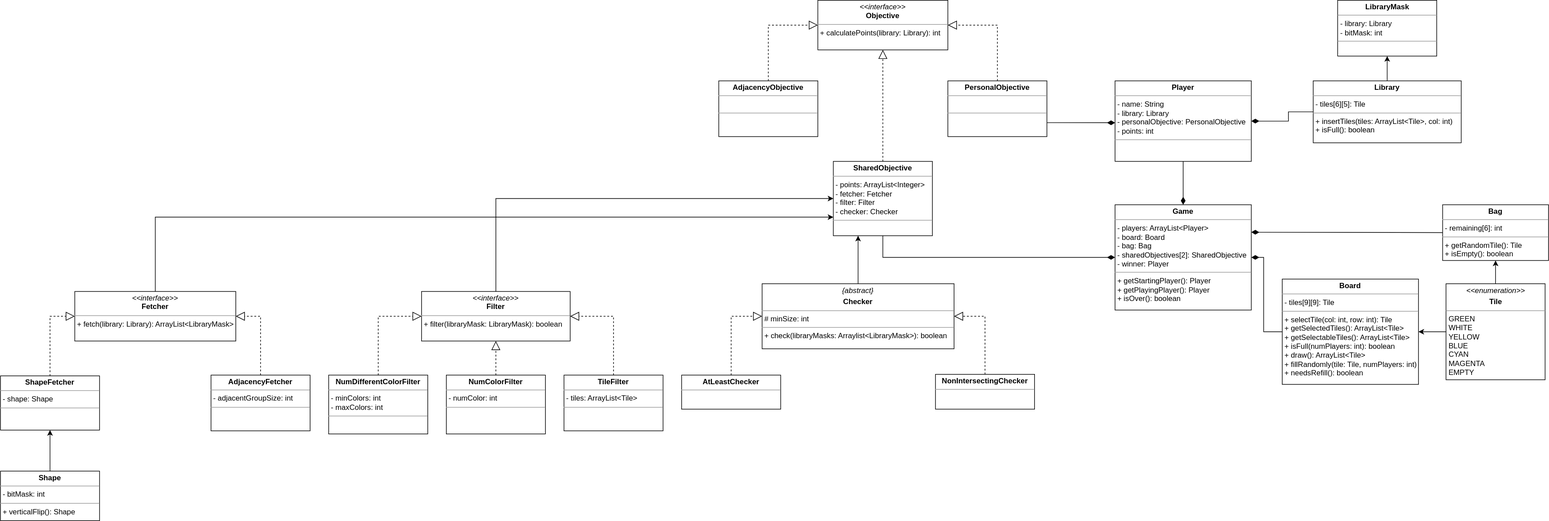
The draw.io diagram uml/model.svg in francescogemma/MyShelfie, before a commit. Source tidied: cells renumbered, new cells last; positions are measured from the earlier drawing's top-left corner, leaving out a move shared by most shapes.
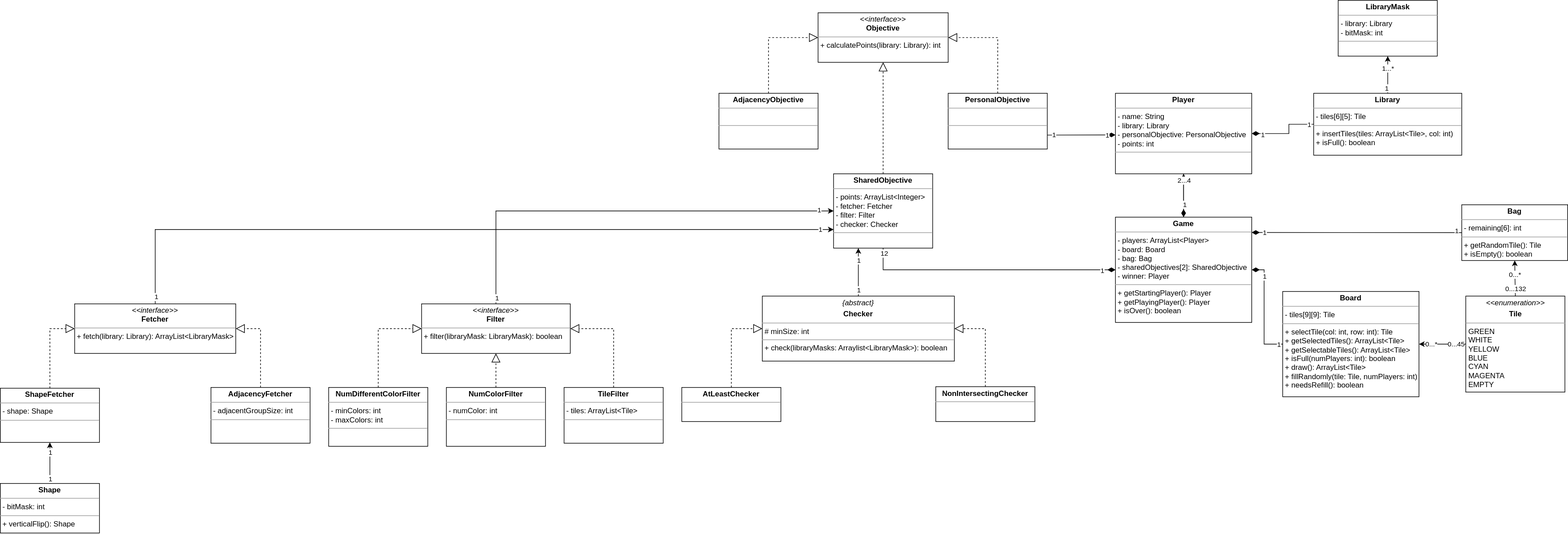
Later version of the same file.

Commit message:
Updated model UML

Updated model.svg with all UML cardinality

What changed in the source:
```diff
@@ -2,6 +2,9 @@
   <root>
     <mxCell id="0" />
     <mxCell id="1" parent="0" />
+    <mxCell id="47" style="edgeStyle=orthogonalEdgeStyle;rounded=0;jettySize=auto;html=1;" parent="1" edge="1" source="2" target="3">
+      <mxGeometry relative="1" as="geometry" />
+    </mxCell>
     <mxCell id="2" value="&lt;p style=&quot;margin:0px;margin-top:4px;text-align:center;&quot;&gt;&lt;b&gt;Game&lt;/b&gt;&lt;/p&gt;&lt;hr size=&quot;1&quot;&gt;&lt;p style=&quot;margin:0px;margin-left:4px;&quot;&gt;- players: ArrayList&amp;lt;Player&amp;gt;&lt;/p&gt;&lt;p style=&quot;margin:0px;margin-left:4px;&quot;&gt;- board: Board&lt;/p&gt;&lt;p style=&quot;margin:0px;margin-left:4px;&quot;&gt;- bag: Bag&lt;/p&gt;&lt;p style=&quot;margin:0px;margin-left:4px;&quot;&gt;- sharedObjectives[2]: SharedObjective&lt;/p&gt;&lt;p style=&quot;margin:0px;margin-left:4px;&quot;&gt;- winner: Player&lt;/p&gt;&lt;hr size=&quot;1&quot;&gt;&lt;p style=&quot;margin:0px;margin-left:4px;&quot;&gt;+ getStartingPlayer(): Player&lt;/p&gt;&lt;p style=&quot;margin:0px;margin-left:4px;&quot;&gt;+ getPlayingPlayer(): Player&lt;/p&gt;&lt;p style=&quot;margin:0px;margin-left:4px;&quot;&gt;+ isOver(): boolean&lt;/p&gt;" style="verticalAlign=top;align=left;overflow=fill;fontSize=12;fontFamily=Helvetica;html=1;" parent="1" vertex="1">
       <mxGeometry x="1800" y="330" width="220" height="170" as="geometry" />
     </mxCell>
@@ -11,21 +14,49 @@
     <mxCell id="4" style="html=1;endArrow=diamondThin;endFill=1;edgeStyle=elbowEdgeStyle;elbow=vertical;endSize=10;rounded=0;exitX=0.5;exitY=1;exitDx=0;exitDy=0;entryX=0.5;entryY=0;entryDx=0;entryDy=0;" parent="1" edge="1" source="3" target="2">
       <mxGeometry relative="1" as="geometry" />
     </mxCell>
+    <mxCell id="48" value="2...4" style="edgeLabel;html=1;align=center;verticalAlign=middle;" parent="4" vertex="1">
+      <mxGeometry x="-0.85" relative="1" as="geometry">
+        <mxPoint y="5" as="offset" />
+      </mxGeometry>
+    </mxCell>
+    <mxCell id="49" value="1" style="edgeLabel;html=1;align=center;verticalAlign=middle;" parent="4" vertex="1">
+      <mxGeometry x="0.68" y="1" relative="1" as="geometry">
+        <mxPoint y="-9" as="offset" />
+      </mxGeometry>
+    </mxCell>
     <mxCell id="5" style="edgeStyle=none;rounded=0;jettySize=auto;html=1;exitX=0;exitY=0.5;exitDx=0;exitDy=0;entryX=1;entryY=0.5;entryDx=0;entryDy=0;" parent="1" edge="1" source="6" target="7">
       <mxGeometry relative="1" as="geometry" />
     </mxCell>
+    <mxCell id="50" value="0...*" style="edgeLabel;html=1;align=center;verticalAlign=middle;" parent="5" vertex="1">
+      <mxGeometry x="0.64" y="-1" relative="1" as="geometry">
+        <mxPoint x="6" as="offset" />
+      </mxGeometry>
+    </mxCell>
+    <mxCell id="51" value="0...45" style="edgeLabel;html=1;align=center;verticalAlign=middle;" parent="5" vertex="1">
+      <mxGeometry x="-0.74" y="-1" relative="1" as="geometry">
+        <mxPoint x="-6" as="offset" />
+      </mxGeometry>
+    </mxCell>
     <mxCell id="6" value="&lt;p style=&quot;margin:0px;margin-top:4px;text-align:center;&quot;&gt;&lt;i&gt;&amp;lt;&amp;lt;enumeration&amp;gt;&amp;gt;&lt;/i&gt;&lt;/p&gt;&lt;p style=&quot;margin:0px;margin-top:4px;text-align:center;&quot;&gt;&lt;b&gt;Tile&lt;/b&gt;&lt;/p&gt;&lt;hr size=&quot;1&quot;&gt;&lt;p style=&quot;margin:0px;margin-left:4px;&quot;&gt;&lt;span style=&quot;background-color: initial;&quot;&gt;GREEN&lt;/span&gt;&lt;br&gt;&lt;/p&gt;&lt;p style=&quot;margin:0px;margin-left:4px;&quot;&gt;WHITE&lt;/p&gt;&lt;p style=&quot;margin:0px;margin-left:4px;&quot;&gt;YELLOW&lt;/p&gt;&lt;p style=&quot;margin:0px;margin-left:4px;&quot;&gt;BLUE&lt;/p&gt;&lt;p style=&quot;margin:0px;margin-left:4px;&quot;&gt;CYAN&lt;/p&gt;&lt;p style=&quot;margin:0px;margin-left:4px;&quot;&gt;MAGENTA&lt;/p&gt;&lt;p style=&quot;margin:0px;margin-left:4px;&quot;&gt;EMPTY&lt;/p&gt;" style="verticalAlign=top;align=left;overflow=fill;fontSize=12;fontFamily=Helvetica;html=1;" parent="1" vertex="1">
-      <mxGeometry x="2334.5" y="457.5" width="160" height="155" as="geometry" />
+      <mxGeometry x="2365.5" y="457.5" width="160" height="155" as="geometry" />
     </mxCell>
     <mxCell id="7" value="&lt;p style=&quot;margin:0px;margin-top:4px;text-align:center;&quot;&gt;&lt;b&gt;Board&lt;/b&gt;&lt;/p&gt;&lt;hr size=&quot;1&quot;&gt;&lt;p style=&quot;margin:0px;margin-left:4px;&quot;&gt;- tiles[9][9]: Tile&lt;/p&gt;&lt;hr size=&quot;1&quot;&gt;&lt;p style=&quot;margin:0px;margin-left:4px;&quot;&gt;+ selectTile(col: int, row: int): Tile&lt;/p&gt;&lt;p style=&quot;margin:0px;margin-left:4px;&quot;&gt;+ getSelectedTiles(): ArrayList&amp;lt;Tile&amp;gt;&lt;/p&gt;&lt;p style=&quot;margin:0px;margin-left:4px;&quot;&gt;+ getSelectableTiles(): ArrayList&amp;lt;Tile&amp;gt;&lt;/p&gt;&lt;p style=&quot;margin:0px;margin-left:4px;&quot;&gt;+ isFull(numPlayers: int): boolean&lt;/p&gt;&lt;p style=&quot;margin:0px;margin-left:4px;&quot;&gt;+ draw(): ArrayList&amp;lt;Tile&amp;gt;&lt;/p&gt;&lt;p style=&quot;margin:0px;margin-left:4px;&quot;&gt;+ fillRandomly(tile: Tile, numPlayers: int)&lt;/p&gt;&lt;p style=&quot;margin:0px;margin-left:4px;&quot;&gt;+ needsRefill(): boolean&lt;/p&gt;" style="verticalAlign=top;align=left;overflow=fill;fontSize=12;fontFamily=Helvetica;html=1;" parent="1" vertex="1">
       <mxGeometry x="2070" y="450" width="220" height="170" as="geometry" />
     </mxCell>
     <mxCell id="8" value="&lt;p style=&quot;margin:0px;margin-top:4px;text-align:center;&quot;&gt;&lt;b&gt;Bag&lt;/b&gt;&lt;/p&gt;&lt;hr size=&quot;1&quot;&gt;&lt;p style=&quot;margin:0px;margin-left:4px;&quot;&gt;- remaining[6]: int&lt;/p&gt;&lt;hr size=&quot;1&quot;&gt;&lt;p style=&quot;margin:0px;margin-left:4px;&quot;&gt;+ getRandomTile(): Tile&lt;/p&gt;&lt;p style=&quot;margin:0px;margin-left:4px;&quot;&gt;+ isEmpty(): boolean&lt;/p&gt;" style="verticalAlign=top;align=left;overflow=fill;fontSize=12;fontFamily=Helvetica;html=1;" parent="1" vertex="1">
-      <mxGeometry x="2329" y="330" width="171" height="90" as="geometry" />
+      <mxGeometry x="2359" y="310" width="171" height="90" as="geometry" />
     </mxCell>
     <mxCell id="9" style="endArrow=classic;html=1;rounded=0;entryX=0.5;entryY=1;entryDx=0;entryDy=0;exitX=0.5;exitY=0;exitDx=0;exitDy=0;" parent="1" edge="1" source="6" target="8">
       <mxGeometry relative="1" as="geometry" />
     </mxCell>
+    <mxCell id="52" value="0...132" style="edgeLabel;html=1;align=center;verticalAlign=middle;" parent="9" vertex="1">
+      <mxGeometry x="-0.55" relative="1" as="geometry" />
+    </mxCell>
+    <mxCell id="53" value="0...*" style="edgeLabel;html=1;align=center;verticalAlign=middle;" parent="9" vertex="1">
+      <mxGeometry x="0.48" relative="1" as="geometry">
+        <mxPoint y="7" as="offset" />
+      </mxGeometry>
+    </mxCell>
     <mxCell id="10" style="html=1;endArrow=diamondThin;endFill=1;elbow=vertical;endSize=10;rounded=0;exitX=0;exitY=0.5;exitDx=0;exitDy=0;entryX=1;entryY=0.5;entryDx=0;entryDy=0;" parent="1" edge="1" source="7" target="2">
       <mxGeometry relative="1" as="geometry">
         <Array as="points">
@@ -34,12 +65,26 @@
         </Array>
       </mxGeometry>
     </mxCell>
+    <mxCell id="54" value="1" style="edgeLabel;html=1;align=center;verticalAlign=middle;" parent="10" vertex="1">
+      <mxGeometry x="0.64" relative="1" as="geometry" />
+    </mxCell>
+    <mxCell id="55" value="1" style="edgeLabel;html=1;align=center;verticalAlign=middle;" parent="10" vertex="1">
+      <mxGeometry x="-0.93" relative="1" as="geometry" />
+    </mxCell>
     <mxCell id="11" value="&lt;p style=&quot;margin:0px;margin-top:4px;text-align:center;&quot;&gt;&lt;b&gt;LibraryMask&lt;/b&gt;&lt;/p&gt;&lt;hr size=&quot;1&quot;&gt;&lt;p style=&quot;margin:0px;margin-left:4px;&quot;&gt;- library: Library&lt;/p&gt;&lt;p style=&quot;margin:0px;margin-left:4px;&quot;&gt;- bitMask: int&lt;/p&gt;&lt;hr size=&quot;1&quot;&gt;&lt;p style=&quot;margin:0px;margin-left:4px;&quot;&gt;&lt;br&gt;&lt;/p&gt;" style="verticalAlign=top;align=left;overflow=fill;fontSize=12;fontFamily=Helvetica;html=1;" parent="1" vertex="1">
-      <mxGeometry x="2159.5" width="160" height="90" as="geometry" />
+      <mxGeometry x="2159.5" y="-20" width="160" height="90" as="geometry" />
     </mxCell>
     <mxCell id="12" style="edgeStyle=orthogonalEdgeStyle;rounded=0;jettySize=auto;html=1;exitX=0.5;exitY=0;exitDx=0;exitDy=0;" parent="1" edge="1" source="13" target="11">
       <mxGeometry relative="1" as="geometry" />
     </mxCell>
+    <mxCell id="56" value="1...*" style="edgeLabel;html=1;align=center;verticalAlign=middle;" parent="12" vertex="1">
+      <mxGeometry x="0.65" relative="1" as="geometry">
+        <mxPoint y="9" as="offset" />
+      </mxGeometry>
+    </mxCell>
+    <mxCell id="57" value="1" style="edgeLabel;html=1;align=center;verticalAlign=middle;" parent="12" vertex="1">
+      <mxGeometry x="-0.69" y="2" relative="1" as="geometry" />
+    </mxCell>
     <mxCell id="13" value="&lt;p style=&quot;margin:0px;margin-top:4px;text-align:center;&quot;&gt;&lt;b&gt;Library&lt;/b&gt;&lt;/p&gt;&lt;hr size=&quot;1&quot;&gt;&lt;p style=&quot;margin:0px;margin-left:4px;&quot;&gt;- tiles[6][5]: Tile&lt;/p&gt;&lt;hr size=&quot;1&quot;&gt;&lt;p style=&quot;margin:0px;margin-left:4px;&quot;&gt;+ insertTiles(tiles: ArrayList&amp;lt;Tile&amp;gt;, col: int)&lt;/p&gt;&lt;p style=&quot;margin:0px;margin-left:4px;&quot;&gt;+ isFull(): boolean&lt;/p&gt;" style="verticalAlign=top;align=left;overflow=fill;fontSize=12;fontFamily=Helvetica;html=1;" parent="1" vertex="1">
       <mxGeometry x="2120" y="130" width="239" height="100" as="geometry" />
     </mxCell>
@@ -49,6 +94,12 @@
     <mxCell id="15" style="edgeStyle=orthogonalEdgeStyle;rounded=0;jettySize=auto;html=1;exitX=0.5;exitY=0;exitDx=0;exitDy=0;entryX=0;entryY=0.75;entryDx=0;entryDy=0;" parent="1" edge="1" source="16" target="32">
       <mxGeometry relative="1" as="geometry" />
     </mxCell>
+    <mxCell id="58" value="1" style="edgeLabel;html=1;align=center;verticalAlign=middle;" parent="15" vertex="1">
+      <mxGeometry x="0.96" y="1" relative="1" as="geometry" />
+    </mxCell>
+    <mxCell id="59" value="1" style="edgeLabel;html=1;align=center;verticalAlign=middle;" parent="15" vertex="1">
+      <mxGeometry x="-0.98" y="-1" relative="1" as="geometry" />
+    </mxCell>
     <mxCell id="16" value="&lt;p style=&quot;margin:0px;margin-top:4px;text-align:center;&quot;&gt;&lt;i&gt;&amp;lt;&amp;lt;interface&amp;gt;&amp;gt;&lt;/i&gt;&lt;br&gt;&lt;b&gt;Fetcher&lt;/b&gt;&lt;/p&gt;&lt;hr size=&quot;1&quot;&gt;&lt;p style=&quot;margin:0px;margin-left:4px;&quot;&gt;+ fetch(library: Library): ArrayList&amp;lt;LibraryMask&amp;gt;&lt;br&gt;&lt;/p&gt;&lt;p style=&quot;margin:0px;margin-left:4px;&quot;&gt;&lt;br&gt;&lt;/p&gt;" style="verticalAlign=top;align=left;overflow=fill;fontSize=12;fontFamily=Helvetica;html=1;" parent="1" vertex="1">
       <mxGeometry x="120" y="470" width="260" height="80" as="geometry" />
     </mxCell>
@@ -71,6 +122,14 @@
     <mxCell id="21" style="edgeStyle=orthogonalEdgeStyle;rounded=0;jettySize=auto;html=1;exitX=0.5;exitY=0;exitDx=0;exitDy=0;entryX=0;entryY=0.5;entryDx=0;entryDy=0;" parent="1" edge="1" source="22" target="32">
       <mxGeometry relative="1" as="geometry" />
     </mxCell>
+    <mxCell id="60" value="1" style="edgeLabel;html=1;align=center;verticalAlign=middle;" parent="21" vertex="1">
+      <mxGeometry x="-0.93" y="-1" relative="1" as="geometry">
+        <mxPoint y="15" as="offset" />
+      </mxGeometry>
+    </mxCell>
+    <mxCell id="61" value="1" style="edgeLabel;html=1;align=center;verticalAlign=middle;" parent="21" vertex="1">
+      <mxGeometry x="0.93" y="2" relative="1" as="geometry" />
+    </mxCell>
     <mxCell id="22" value="&lt;p style=&quot;margin:0px;margin-top:4px;text-align:center;&quot;&gt;&lt;i&gt;&amp;lt;&amp;lt;interface&amp;gt;&amp;gt;&lt;/i&gt;&lt;br&gt;&lt;b&gt;Filter&lt;/b&gt;&lt;/p&gt;&lt;hr size=&quot;1&quot;&gt;&lt;p style=&quot;margin:0px;margin-left:4px;&quot;&gt;+ filter(libraryMask: LibraryMask): boolean&lt;br&gt;&lt;br&gt;&lt;/p&gt;&lt;p style=&quot;margin:0px;margin-left:4px;&quot;&gt;&lt;br&gt;&lt;/p&gt;" style="verticalAlign=top;align=left;overflow=fill;fontSize=12;fontFamily=Helvetica;html=1;" parent="1" vertex="1">
       <mxGeometry x="680" y="470" width="240" height="80" as="geometry" />
     </mxCell>
@@ -158,24 +217,60 @@
         </Array>
       </mxGeometry>
     </mxCell>
+    <mxCell id="62" value="1" style="edgeLabel;html=1;align=center;verticalAlign=middle;" parent="39" vertex="1">
+      <mxGeometry x="0.69" y="1" relative="1" as="geometry" />
+    </mxCell>
+    <mxCell id="63" value="1" style="edgeLabel;html=1;align=center;verticalAlign=middle;" parent="39" vertex="1">
+      <mxGeometry x="-0.87" relative="1" as="geometry" />
+    </mxCell>
     <mxCell id="40" style="html=1;endArrow=diamondThin;endFill=1;edgeStyle=elbowEdgeStyle;elbow=vertical;endSize=10;rounded=0;exitX=0;exitY=0.5;exitDx=0;exitDy=0;" parent="1" edge="1" source="8" target="2">
       <mxGeometry relative="1" as="geometry" />
     </mxCell>
+    <mxCell id="64" value="1" style="edgeLabel;html=1;align=center;verticalAlign=middle;" parent="40" vertex="1">
+      <mxGeometry x="0.88" relative="1" as="geometry" />
+    </mxCell>
+    <mxCell id="65" value="1" style="edgeLabel;html=1;align=center;verticalAlign=middle;" parent="40" vertex="1">
+      <mxGeometry x="-0.95" y="-3" relative="1" as="geometry" />
+    </mxCell>
     <mxCell id="41" style="edgeStyle=orthogonalEdgeStyle;rounded=0;jettySize=auto;html=1;exitX=0.5;exitY=0;exitDx=0;exitDy=0;entryX=0.5;entryY=1;entryDx=0;entryDy=0;" parent="1" edge="1" source="42" target="14">
       <mxGeometry relative="1" as="geometry" />
     </mxCell>
+    <mxCell id="66" value="1" style="edgeLabel;html=1;align=center;verticalAlign=middle;" parent="41" vertex="1">
+      <mxGeometry x="-0.76" relative="1" as="geometry" />
+    </mxCell>
+    <mxCell id="67" value="1" style="edgeLabel;html=1;align=center;verticalAlign=middle;" parent="41" vertex="1">
+      <mxGeometry x="0.64" relative="1" as="geometry">
+        <mxPoint y="4" as="offset" />
+      </mxGeometry>
+    </mxCell>
     <mxCell id="42" value="&lt;p style=&quot;margin:0px;margin-top:4px;text-align:center;&quot;&gt;&lt;b&gt;Shape&lt;/b&gt;&lt;/p&gt;&lt;hr size=&quot;1&quot;&gt;&lt;p style=&quot;margin:0px;margin-left:4px;&quot;&gt;- bitMask: int&lt;/p&gt;&lt;hr size=&quot;1&quot;&gt;&lt;p style=&quot;margin:0px;margin-left:4px;&quot;&gt;+ verticalFlip(): Shape&lt;/p&gt;" style="verticalAlign=top;align=left;overflow=fill;fontSize=12;fontFamily=Helvetica;html=1;" parent="1" vertex="1">
       <mxGeometry y="760" width="160" height="80" as="geometry" />
     </mxCell>
     <mxCell id="43" style="edgeStyle=orthogonalEdgeStyle;rounded=0;jettySize=auto;html=1;exitX=0.5;exitY=0;exitDx=0;exitDy=0;entryX=0.25;entryY=1;entryDx=0;entryDy=0;" parent="1" edge="1" source="44" target="32">
       <mxGeometry relative="1" as="geometry" />
     </mxCell>
+    <mxCell id="68" value="1" style="edgeLabel;html=1;align=center;verticalAlign=middle;" parent="43" vertex="1">
+      <mxGeometry x="-0.75" relative="1" as="geometry" />
+    </mxCell>
+    <mxCell id="69" value="1" style="edgeLabel;html=1;align=center;verticalAlign=middle;" parent="43" vertex="1">
+      <mxGeometry x="0.76" relative="1" as="geometry">
+        <mxPoint y="11" as="offset" />
+      </mxGeometry>
+    </mxCell>
     <mxCell id="44" value="&lt;p style=&quot;margin:0px;margin-top:4px;text-align:center;&quot;&gt;&lt;i&gt;{abstract}&lt;/i&gt;&lt;/p&gt;&lt;p style=&quot;margin:0px;margin-top:4px;text-align:center;&quot;&gt;&lt;b&gt;Checker&lt;/b&gt;&lt;/p&gt;&lt;hr size=&quot;1&quot;&gt;&lt;p style=&quot;margin:0px;margin-left:4px;&quot;&gt;# minSize: int&lt;br&gt;&lt;/p&gt;&lt;hr size=&quot;1&quot;&gt;&lt;p style=&quot;margin:0px;margin-left:4px;&quot;&gt;+ check(libraryMasks: Arraylist&amp;lt;LibraryMask&amp;gt;): boolean&lt;/p&gt;" style="verticalAlign=top;align=left;overflow=fill;fontSize=12;fontFamily=Helvetica;html=1;" parent="1" vertex="1">
       <mxGeometry x="1230" y="457.5" width="310" height="105" as="geometry" />
     </mxCell>
-    <mxCell id="45" style="html=1;endArrow=diamondThin;endFill=1;edgeStyle=elbowEdgeStyle;elbow=vertical;endSize=10;rounded=0;exitX=1;exitY=0.75;exitDx=0;exitDy=0;" parent="1" edge="1" source="35" target="3">
+    <mxCell id="45" style="html=1;endArrow=diamondThin;endFill=1;edgeStyle=elbowEdgeStyle;elbow=vertical;endSize=10;rounded=0;exitX=1;exitY=0.75;exitDx=0;exitDy=0;orthogonal=1;" parent="1" edge="1" source="35" target="3">
       <mxGeometry relative="1" as="geometry" />
     </mxCell>
+    <mxCell id="70" value="1" style="edgeLabel;html=1;align=center;verticalAlign=middle;" parent="45" vertex="1">
+      <mxGeometry x="-0.89" y="1" relative="1" as="geometry">
+        <mxPoint x="4" as="offset" />
+      </mxGeometry>
+    </mxCell>
+    <mxCell id="71" value="1" style="edgeLabel;html=1;align=center;verticalAlign=middle;" parent="45" vertex="1">
+      <mxGeometry x="0.74" relative="1" as="geometry" />
+    </mxCell>
     <mxCell id="46" style="html=1;endArrow=diamondThin;endFill=1;edgeStyle=elbowEdgeStyle;elbow=vertical;endSize=10;rounded=0;exitX=0.5;exitY=1;exitDx=0;exitDy=0;entryX=0;entryY=0.5;entryDx=0;entryDy=0;" parent="1" edge="1" source="32" target="2">
       <mxGeometry relative="1" as="geometry">
         <Array as="points">
@@ -183,5 +278,11 @@
         </Array>
       </mxGeometry>
     </mxCell>
+    <mxCell id="72" value="1" style="edgeLabel;html=1;align=center;verticalAlign=middle;" parent="46" vertex="1">
+      <mxGeometry x="0.9" y="-1" relative="1" as="geometry" />
+    </mxCell>
+    <mxCell id="73" value="12" style="edgeLabel;html=1;align=center;verticalAlign=middle;" parent="46" vertex="1">
+      <mxGeometry x="-0.96" y="1" relative="1" as="geometry" />
+    </mxCell>
   </root>
 </mxGraphModel>
```
